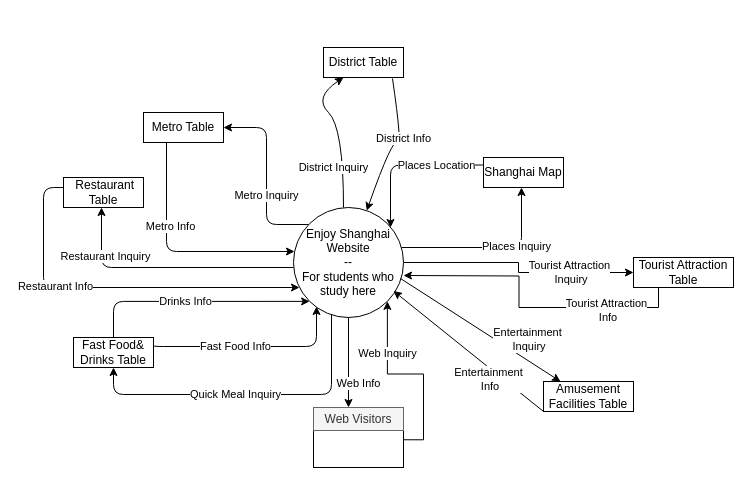
Above: Untitled Diagram.drawio in oscarzhu8/Assignment (draw.io), before the change. Source tidied: cells renumbered, new cells numbered last; positions are measured from the earlier drawing's top-left corner, leaving out a move shared by most shapes. Both pictures are drawn from the tidied source at 100%, with x=0, y=0 at pixel (43, 47).
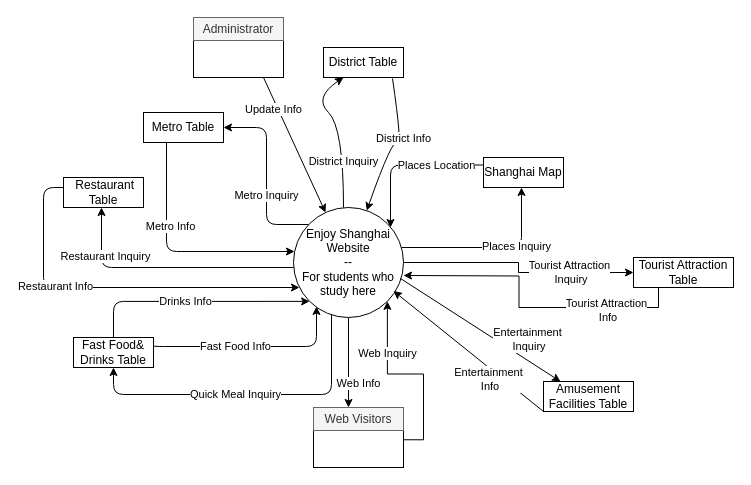
After the change.

Unchanged cells that the change refers to:
```xml
<mxCell id="4" value="Enjoy Shanghai Website&lt;br&gt;--&lt;br&gt;For students who study here" style="ellipse;whiteSpace=wrap;html=1;" parent="1" vertex="1">
  <mxGeometry x="250" y="160" width="110" height="110" as="geometry" />
</mxCell>
```

Diff of the diagram source:
```diff
@@
     <mxCell id="6" value="District Inquiry" style="edgeLabel;html=1;align=center;verticalAlign=middle;" parent="1" vertex="1">
-      <mxGeometry x="288" y="120" as="geometry">
-        <mxPoint x="1" y="-1" as="offset" />
+      <mxGeometry x="290" y="117" as="geometry">
+        <mxPoint x="9" y="-4" as="offset" />
       </mxGeometry>
     </mxCell>
@@
+    <mxCell id="46" style="whiteSpace=wrap;html=1;gradientColor=#ffffff;" parent="1" vertex="1">
+      <mxGeometry x="150" y="-7" width="90" height="37" as="geometry" />
+    </mxCell>
+    <mxCell id="47" value="Administrator" style="rounded=0;whiteSpace=wrap;html=1;fillColor=#f5f5f5;strokeColor=#666666;fontColor=#333333;" parent="1" vertex="1">
+      <mxGeometry x="150" y="-30" width="90" height="23" as="geometry" />
+    </mxCell>
+    <mxCell id="48" style="endArrow=classic;html=1;" parent="1" edge="1" target="4">
+      <mxGeometry relative="1" as="geometry">
+        <mxPoint x="220" y="30" as="sourcePoint" />
+      </mxGeometry>
+    </mxCell>
+    <mxCell id="49" value="Update Info" style="edgeLabel;html=1;align=center;verticalAlign=middle;" parent="1" vertex="1">
+      <mxGeometry x="220" y="65" as="geometry">
+        <mxPoint x="9" y="-4" as="offset" />
+      </mxGeometry>
+    </mxCell>
```
